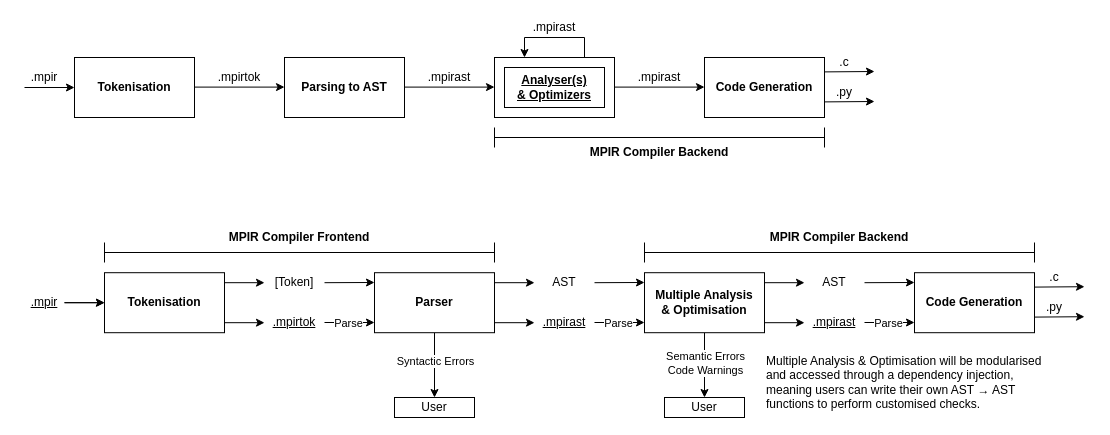
Earlier version of the draw.io diagram diagrambank/Compiler Sequencing.drawio (tobybenjaminclark/mpir). Source tidied: cells renumbered, new cells numbered last; positions are measured from the earlier drawing's top-left corner, leaving out a move shared by most shapes. Both pictures are drawn from the tidied source at 100%, with x=0, y=0 at pixel (24, 17). Pictures stored in the file or linked from it are replaced by grey dashed boxes.
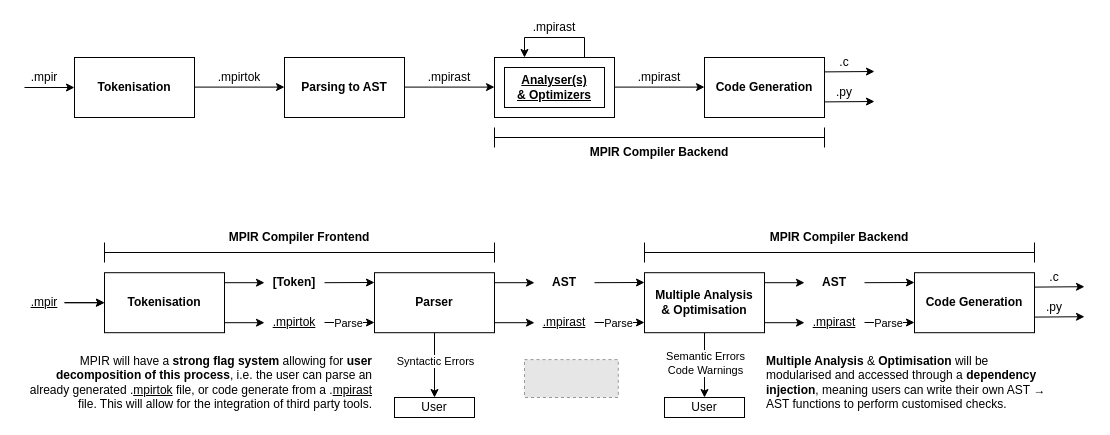
The same diagram, later.

Commit message:
add: update compiler sequencing diagram (add logo and some comments)

Diff of the diagram source:
```diff
@@
-    <mxCell id="32" value="[Token]" style="text;html=1;strokeColor=none;fillColor=none;align=center;verticalAlign=middle;whiteSpace=wrap;rounded=0;fontFamily=CMU Serif;fontStyle=0;" parent="1" vertex="1">
+    <mxCell id="32" value="[Token]" style="text;html=1;strokeColor=none;fillColor=none;align=center;verticalAlign=middle;whiteSpace=wrap;rounded=0;fontFamily=CMU Serif;fontStyle=1;" parent="1" vertex="1">
       <mxGeometry x="240" y="255.2" width="60" height="20" as="geometry" />
     </mxCell>
@@
-    <mxCell id="42" value="AST" style="text;html=1;strokeColor=none;fillColor=none;align=center;verticalAlign=middle;whiteSpace=wrap;rounded=0;fontFamily=CMU Serif;fontStyle=0;" parent="1" vertex="1">
+    <mxCell id="42" value="AST" style="text;html=1;strokeColor=none;fillColor=none;align=center;verticalAlign=middle;whiteSpace=wrap;rounded=0;fontFamily=CMU Serif;fontStyle=1;" parent="1" vertex="1">
       <mxGeometry x="510" y="255.2" width="60" height="20" as="geometry" />
     </mxCell>
@@
-    <mxCell id="52" value="AST" style="text;html=1;strokeColor=none;fillColor=none;align=center;verticalAlign=middle;whiteSpace=wrap;rounded=0;fontFamily=CMU Serif;fontStyle=0;" parent="1" vertex="1">
+    <mxCell id="52" value="AST" style="text;html=1;strokeColor=none;fillColor=none;align=center;verticalAlign=middle;whiteSpace=wrap;rounded=0;fontFamily=CMU Serif;fontStyle=1;" parent="1" vertex="1">
       <mxGeometry x="780" y="255.2" width="60" height="20" as="geometry" />
     </mxCell>
@@
-    <mxCell id="65" value="Multiple Analysis &amp;amp; Optimisation will be modularised and accessed through a dependency injection, meaning users can write their own AST&amp;nbsp;→ AST functions to perform customised checks." style="text;html=1;strokeColor=none;fillColor=none;align=left;verticalAlign=top;whiteSpace=wrap;rounded=0;fontFamily=CMU Serif;fontSize=12;fontStyle=0;" parent="1" vertex="1">
-      <mxGeometry x="740" y="330" width="280" height="70" as="geometry" />
+    <mxCell id="65" value="&lt;b&gt;Multiple Analysis&lt;/b&gt; &amp;amp; &lt;b&gt;Optimisation&lt;/b&gt; will be modularised and accessed through a &lt;b&gt;dependency injection&lt;/b&gt;, meaning users can write their own AST&amp;nbsp;→ AST functions to perform customised checks." style="text;html=1;strokeColor=none;fillColor=none;align=left;verticalAlign=top;whiteSpace=wrap;rounded=0;fontFamily=CMU Serif;fontSize=12;fontStyle=0;" parent="1" vertex="1">
+      <mxGeometry x="740" y="330" width="290" height="70" as="geometry" />
     </mxCell>
+    <mxCell id="66" value="MPIR will have a &lt;b&gt;strong flag system&lt;/b&gt; allowing for &lt;b&gt;user decomposition of this process&lt;/b&gt;, i.e. the user can parse an already generated .&lt;u&gt;mpirtok&lt;/u&gt; file, or code generate from a .&lt;u&gt;mpirast&lt;/u&gt; file. This will allow for the integration of third party tools." style="text;html=1;strokeColor=none;fillColor=none;align=right;verticalAlign=top;whiteSpace=wrap;rounded=0;fontFamily=CMU Serif;fontSize=12;fontStyle=0;" parent="1" vertex="1">
+      <mxGeometry y="330" width="350" height="70" as="geometry" />
+    </mxCell>
+    <mxCell id="67" style="fillColor=#E6E6E6;strokeColor=#999999;dashed=1;verticalLabelPosition=bottom;labelBackgroundColor=default;verticalAlign=top;" parent="1" vertex="1">
+      <mxGeometry x="500" y="342.1" width="93.8" height="37.9" as="geometry" />
+    </mxCell>
```
